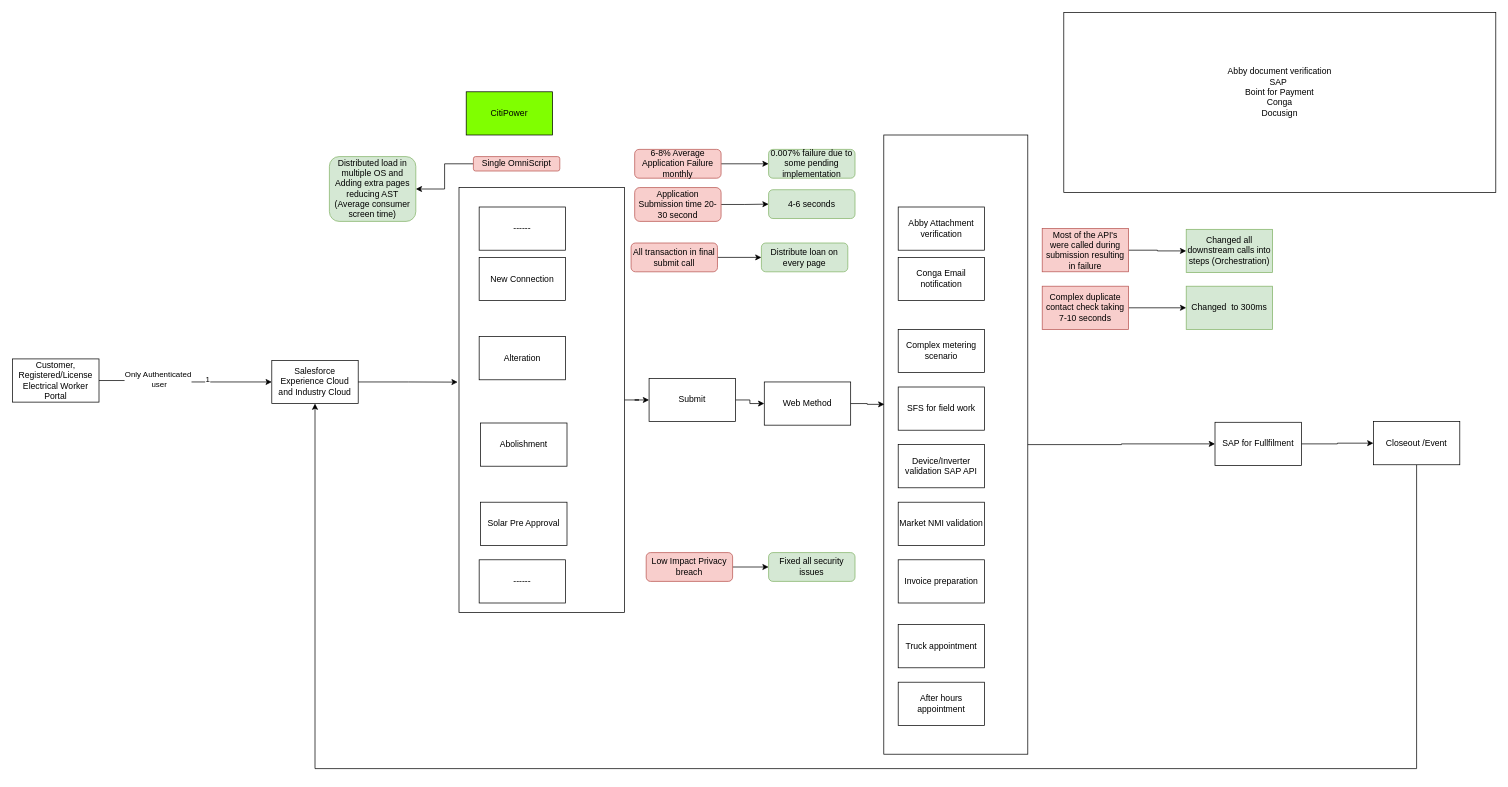
Above: CitiPower.drawio in vik1234ash/OmniStudio-Recipes (draw.io), before the change. Source tidied: cells renumbered, new cells numbered last; positions are measured from the earlier drawing's top-left corner, leaving out a move shared by most shapes. Both pictures are drawn from the tidied source at 72%, with x=0, y=0 at pixel (12, 12).
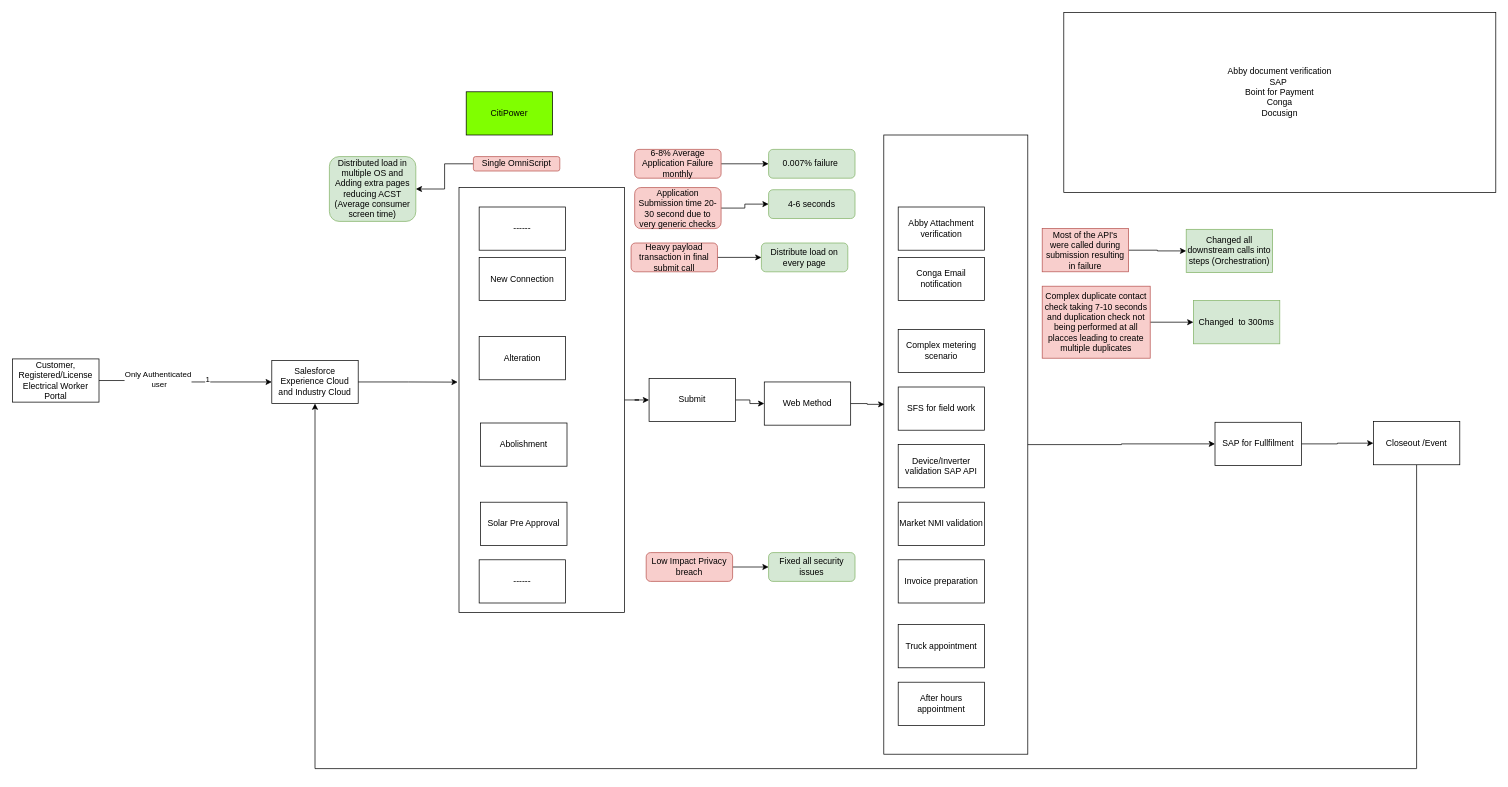
The same page after the edit.

The edit, as a diff of the source:
```diff
@@
-    <mxCell id="24" value="Application Submission time 20-30 second" style="rounded=1;whiteSpace=wrap;html=1;fillColor=#f8cecc;strokeColor=#b85450;" parent="1" vertex="1">
-      <mxGeometry x="864" y="243" width="120" height="47" as="geometry" />
+    <mxCell id="24" value="Application Submission time 20-30 second due to very generic checks" style="rounded=1;whiteSpace=wrap;html=1;fillColor=#f8cecc;strokeColor=#b85450;" parent="1" vertex="1">
+      <mxGeometry x="864" y="243" width="120" height="57" as="geometry" />
     </mxCell>
@@
-    <mxCell id="26" value="All transaction in final submit call" style="rounded=1;whiteSpace=wrap;html=1;fillColor=#f8cecc;strokeColor=#b85450;" parent="1" vertex="1">
+    <mxCell id="26" value="Heavy payload transaction in final submit call" style="rounded=1;whiteSpace=wrap;html=1;fillColor=#f8cecc;strokeColor=#b85450;" parent="1" vertex="1">
       <mxGeometry x="859" y="320" width="120" height="40" as="geometry" />
     </mxCell>
@@
-    <mxCell id="34" value="Distributed load in multiple OS and Adding extra pages reducing AST (Average consumer screen time)" style="rounded=1;whiteSpace=wrap;html=1;fillColor=#d5e8d4;strokeColor=#82b366;" parent="1" vertex="1">
+    <mxCell id="34" value="Distributed load in multiple OS and Adding extra pages reducing ACST (Average consumer screen time)" style="rounded=1;whiteSpace=wrap;html=1;fillColor=#d5e8d4;strokeColor=#82b366;" parent="1" vertex="1">
       <mxGeometry x="440" y="200" width="120" height="90" as="geometry" />
     </mxCell>
-    <mxCell id="35" value="0.007% failure due to some pending implementation" style="rounded=1;whiteSpace=wrap;html=1;fillColor=#d5e8d4;strokeColor=#82b366;" parent="1" vertex="1">
+    <mxCell id="35" value="0.007% failure&amp;nbsp;" style="rounded=1;whiteSpace=wrap;html=1;fillColor=#d5e8d4;strokeColor=#82b366;" parent="1" vertex="1">
       <mxGeometry x="1050" y="190" width="120" height="40" as="geometry" />
     </mxCell>
@@
-    <mxCell id="37" value="Distribute loan on every page" style="rounded=1;whiteSpace=wrap;html=1;fillColor=#d5e8d4;strokeColor=#82b366;" parent="1" vertex="1">
+    <mxCell id="37" value="Distribute load on every page" style="rounded=1;whiteSpace=wrap;html=1;fillColor=#d5e8d4;strokeColor=#82b366;" parent="1" vertex="1">
       <mxGeometry x="1040" y="320" width="120" height="40" as="geometry" />
     </mxCell>
@@
-    <mxCell id="56" value="Complex duplicate contact check taking 7-10 seconds" style="rounded=0;whiteSpace=wrap;html=1;fillColor=#f8cecc;strokeColor=#b85450;" parent="1" vertex="1">
-      <mxGeometry x="1430" y="380" width="120" height="60" as="geometry" />
+    <mxCell id="56" value="Complex duplicate contact check taking 7-10 seconds and duplication check not being performed at all placces leading to create multiple duplicates" style="rounded=0;whiteSpace=wrap;html=1;fillColor=#f8cecc;strokeColor=#b85450;" parent="1" vertex="1">
+      <mxGeometry x="1430" y="380" width="150" height="100" as="geometry" />
     </mxCell>
     <mxCell id="57" value="Changed&amp;nbsp; to 300ms" style="rounded=0;whiteSpace=wrap;html=1;fillColor=#d5e8d4;strokeColor=#82b366;" parent="1" vertex="1">
-      <mxGeometry x="1630" y="380" width="120" height="60" as="geometry" />
+      <mxGeometry x="1640" y="400" width="120" height="60" as="geometry" />
     </mxCell>
```
